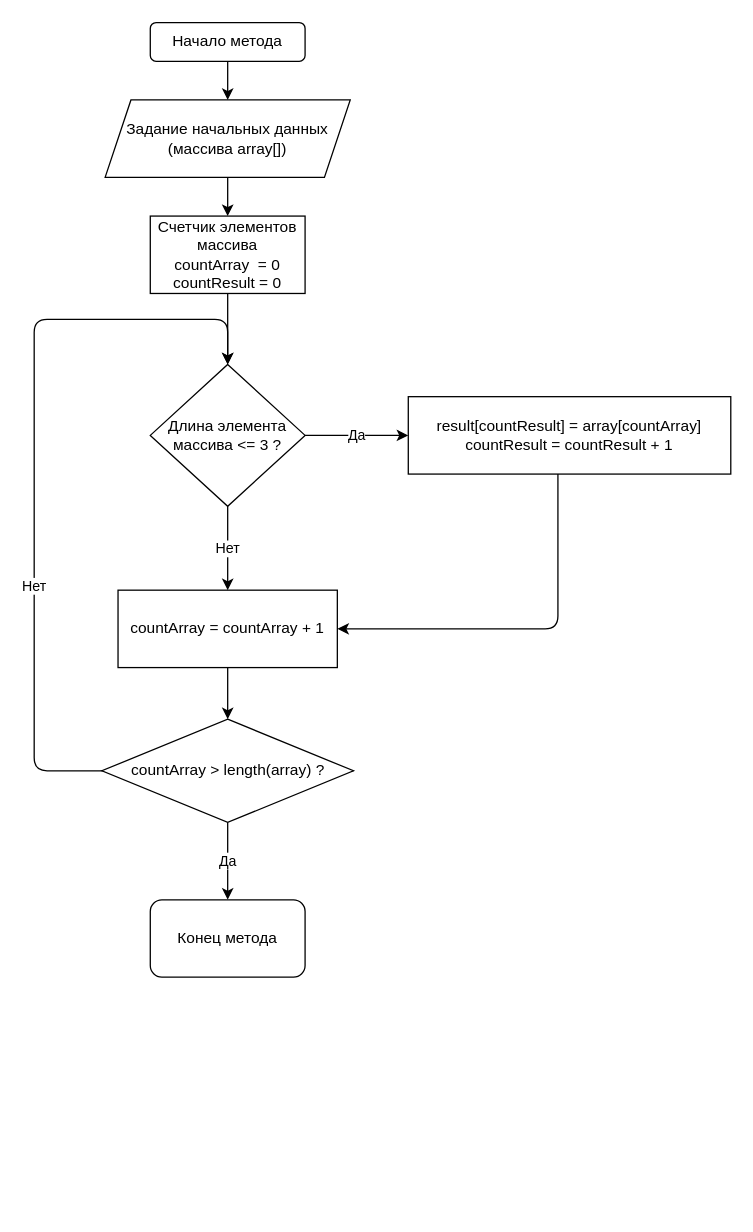
Before: algorithm.drawio in akrivola/Test-work-1st-stage, a draw.io diagram. Source tidied: cells renumbered, new cells numbered last; positions are measured from the earlier drawing's top-left corner, leaving out a move shared by most shapes. Both pictures are drawn from the tidied source at 129%, with x=0, y=0 at pixel (34, 22).
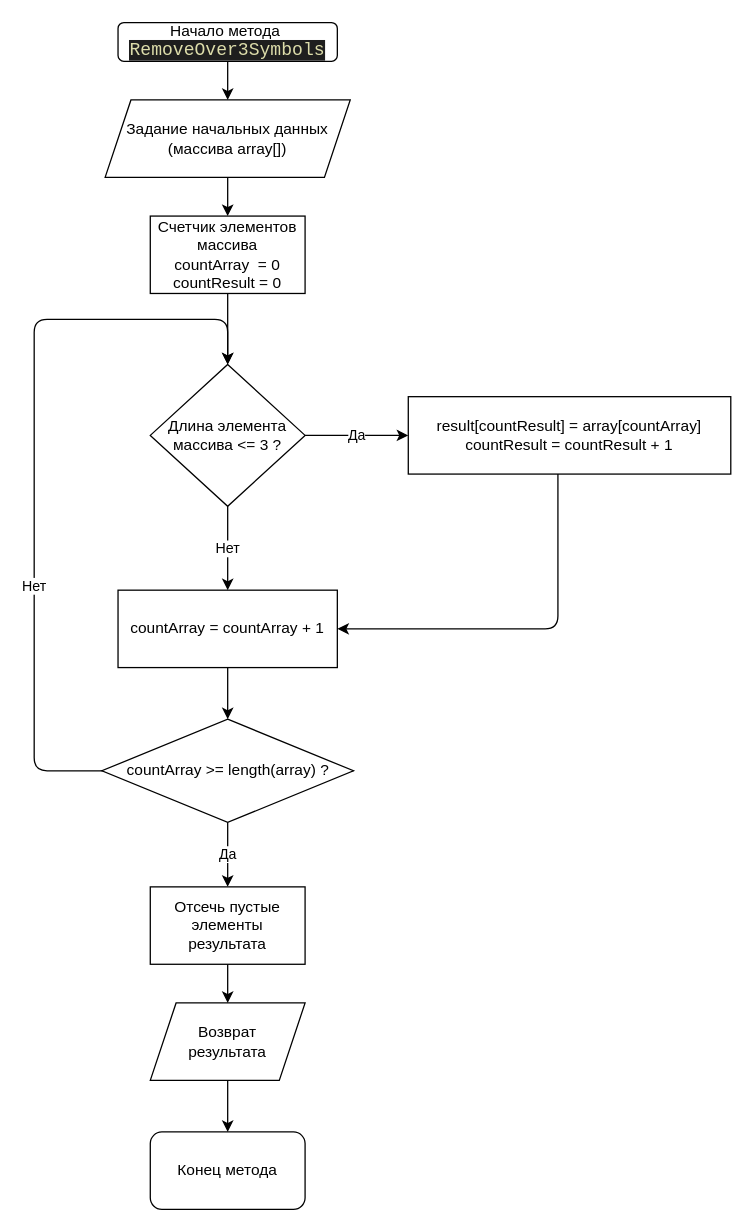
Above is the later version.

Commit message:
Откорректировал блок-схему

Diff of the diagram source:
```diff
@@
-    <mxCell id="2" value="Начало метода" style="rounded=1;whiteSpace=wrap;html=1;" parent="1" vertex="1">
-      <mxGeometry x="90" width="120" height="30" as="geometry" />
+    <mxCell id="2" value="Начало метода&amp;nbsp;&lt;br&gt;&lt;span style=&quot;color: rgb(220 , 220 , 170) ; background-color: rgb(30 , 30 , 30) ; font-family: &amp;#34;consolas&amp;#34; , &amp;#34;courier new&amp;#34; , monospace ; font-size: 14px&quot;&gt;RemoveOver3Symbols&lt;/span&gt;" style="rounded=1;whiteSpace=wrap;html=1;" parent="1" vertex="1">
+      <mxGeometry x="65" width="170" height="30" as="geometry" />
     </mxCell>
@@
-    <mxCell id="16" value="Да" style="edgeStyle=none;html=1;" parent="1" edge="1" source="17" target="18">
+    <mxCell id="16" value="Да" style="edgeStyle=none;html=1;entryX=0.5;entryY=0;entryDx=0;entryDy=0;" parent="1" edge="1" source="17" target="20">
       <mxGeometry relative="1" as="geometry" />
     </mxCell>
-    <mxCell id="17" value="countArray &amp;gt; length(array) ?" style="rhombus;whiteSpace=wrap;html=1;rounded=0;" parent="1" vertex="1">
+    <mxCell id="17" value="countArray &amp;gt;= length(array) ?" style="rhombus;whiteSpace=wrap;html=1;rounded=0;" parent="1" vertex="1">
       <mxGeometry x="52.5" y="540" width="195" height="80" as="geometry" />
     </mxCell>
     <mxCell id="18" value="Конец метода" style="rounded=1;whiteSpace=wrap;html=1;" parent="1" vertex="1">
-      <mxGeometry x="90" y="680" width="120" height="60" as="geometry" />
+      <mxGeometry x="90" y="860" width="120" height="60" as="geometry" />
     </mxCell>
+    <mxCell id="19" style="edgeStyle=none;html=1;" parent="1" edge="1" source="20" target="22">
+      <mxGeometry relative="1" as="geometry" />
+    </mxCell>
+    <mxCell id="20" value="Отсечь пустые элементы результата" style="whiteSpace=wrap;html=1;rounded=0;" parent="1" vertex="1">
+      <mxGeometry x="90" y="670" width="120" height="60" as="geometry" />
+    </mxCell>
+    <mxCell id="21" style="edgeStyle=none;html=1;" parent="1" edge="1" source="22" target="18">
+      <mxGeometry relative="1" as="geometry" />
+    </mxCell>
+    <mxCell id="22" value="Возврат&lt;br&gt;результата" style="shape=parallelogram;perimeter=parallelogramPerimeter;whiteSpace=wrap;html=1;fixedSize=1;" parent="1" vertex="1">
+      <mxGeometry x="90" y="760" width="120" height="60" as="geometry" />
+    </mxCell>
```
